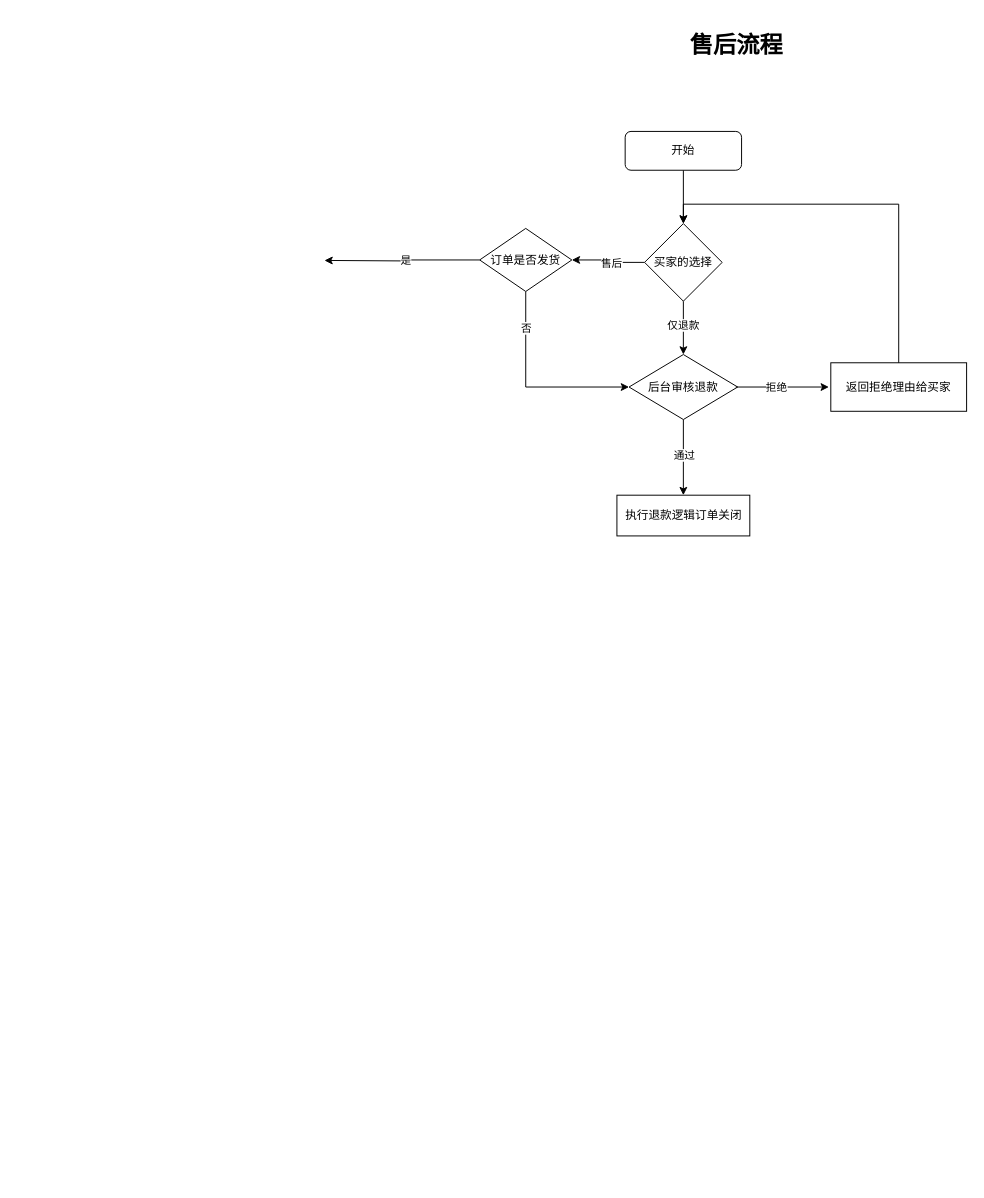
Above: public/未命名绘图.drawio in aaron-code-life/fastapi (draw.io), before the change. Source tidied: cells renumbered, new cells numbered last; positions are measured from the earlier drawing's top-left corner, leaving out a move shared by most shapes. Both pictures are drawn from the tidied source at 97%, with x=0, y=0 at pixel (324, 26).
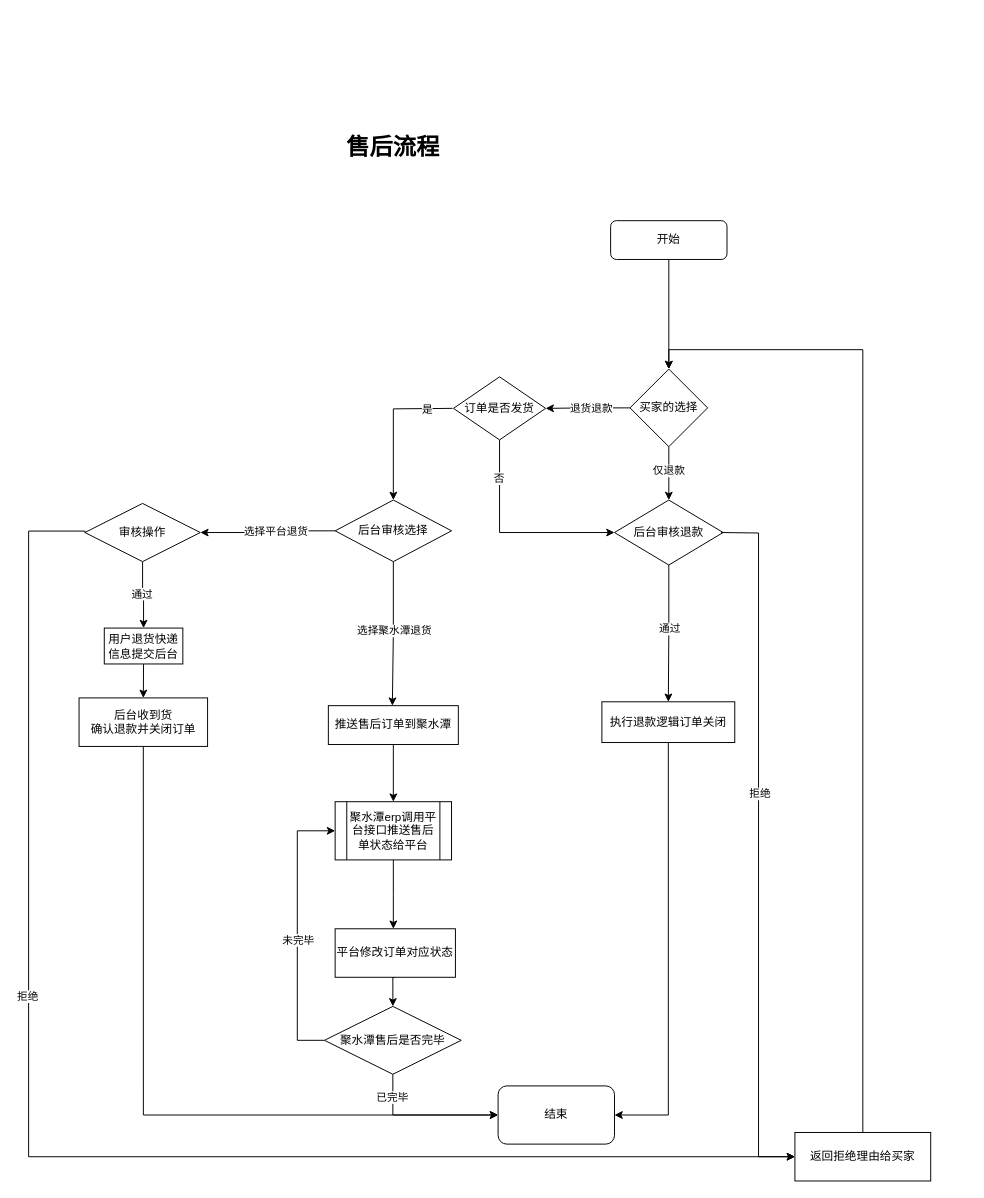
The same diagram, later.

Commit message:
影响力售后流程.drawio

Unchanged cells that the change refers to:
```xml
<mxCell id="12" style="edgeStyle=orthogonalEdgeStyle;rounded=0;jettySize=auto;html=1;exitX=0.5;exitY=1;exitDx=0;exitDy=0;entryX=0;entryY=0.5;entryDx=0;entryDy=0;" parent="1" edge="1" source="14" target="7">
  <mxGeometry relative="1" as="geometry" />
</mxCell>
```

The edit, as a diff of the source:
```diff
@@
     <mxCell id="3" value="开始" style="rounded=1;whiteSpace=wrap;html=1;fontSize=12;glass=0;strokeWidth=1;shadow=0;" parent="1" vertex="1">
-      <mxGeometry x="310" y="108" width="120" height="40" as="geometry" />
+      <mxGeometry x="295" y="200" width="120" height="40" as="geometry" />
     </mxCell>
     <mxCell id="4" value="&lt;h1&gt;售后流程&lt;/h1&gt;" style="text;html=1;strokeColor=none;fillColor=none;spacing=5;spacingTop=-20;whiteSpace=wrap;overflow=hidden;rounded=0;" parent="1" vertex="1">
-      <mxGeometry x="372" width="110" height="40" as="geometry" />
+      <mxGeometry x="18" y="105" width="110" height="40" as="geometry" />
     </mxCell>
@@
     <mxCell id="7" value="后台审核退款" style="rhombus;whiteSpace=wrap;html=1;" parent="1" vertex="1">
-      <mxGeometry x="314" y="338" width="112" height="67" as="geometry" />
+      <mxGeometry x="299" y="488" width="112" height="67" as="geometry" />
     </mxCell>
-    <mxCell id="8" style="edgeStyle=orthogonalEdgeStyle;rounded=0;orthogonalLoop=1;jettySize=auto;html=1;exitX=1;exitY=0.5;exitDx=0;exitDy=0;entryX=0;entryY=0.5;entryDx=0;entryDy=0;" parent="1" edge="1">
+    <mxCell id="8" style="edgeStyle=orthogonalEdgeStyle;rounded=0;jettySize=auto;html=1;exitX=1;exitY=0.5;exitDx=0;exitDy=0;entryX=0;entryY=0.5;entryDx=0;entryDy=0;" parent="1" edge="1" target="15">
       <mxGeometry relative="1" as="geometry">
-        <mxPoint x="424" y="371.5" as="sourcePoint" />
-        <mxPoint x="520" y="371.5" as="targetPoint" />
+        <mxPoint x="409" y="521.5" as="sourcePoint" />
       </mxGeometry>
     </mxCell>
@@
-    <mxCell id="10" style="edgeStyle=orthogonalEdgeStyle;rounded=0;jettySize=auto;html=1;exitX=0;exitY=0.5;exitDx=0;exitDy=0;" parent="1" edge="1" source="14">
+    <mxCell id="10" style="edgeStyle=orthogonalEdgeStyle;rounded=0;jettySize=auto;html=1;exitX=0;exitY=0.5;exitDx=0;exitDy=0;entryX=0.5;entryY=0;entryDx=0;entryDy=0;" parent="1" edge="1" target="29">
       <mxGeometry relative="1" as="geometry">
-        <mxPoint y="241" as="targetPoint" />
+        <mxPoint x="132" y="393.5" as="sourcePoint" />
       </mxGeometry>
     </mxCell>
     <mxCell id="11" value="是" style="edgeLabel;html=1;align=center;verticalAlign=middle;" parent="10" vertex="1">
-      <mxGeometry x="-0.04" relative="1" as="geometry" />
+      <mxGeometry x="-0.04" relative="1" as="geometry">
+        <mxPoint x="34" y="-12" as="offset" />
+      </mxGeometry>
     </mxCell>
@@
     <mxCell id="13" value="否" style="edgeLabel;html=1;align=center;verticalAlign=middle;" parent="12" vertex="1">
-      <mxGeometry x="-0.64" relative="1" as="geometry" />
+      <mxGeometry x="-0.64" relative="1" as="geometry">
+        <mxPoint x="-1" as="offset" />
+      </mxGeometry>
     </mxCell>
     <mxCell id="14" value="订单是否发货" style="rhombus;whiteSpace=wrap;html=1;" parent="1" vertex="1">
-      <mxGeometry x="160" y="208" width="95" height="65" as="geometry" />
+      <mxGeometry x="133" y="361" width="95" height="65" as="geometry" />
     </mxCell>
     <mxCell id="15" value="返回拒绝理由给买家" style="rounded=0;whiteSpace=wrap;html=1;" parent="1" vertex="1">
-      <mxGeometry x="522" y="346.5" width="140" height="50" as="geometry" />
+      <mxGeometry x="485" y="1140" width="140" height="50" as="geometry" />
     </mxCell>
+    <mxCell id="23" style="edgeStyle=orthogonalEdgeStyle;rounded=0;jettySize=auto;html=1;exitX=0.5;exitY=1;exitDx=0;exitDy=0;entryX=1;entryY=0.5;entryDx=0;entryDy=0;" parent="1" edge="1" source="16" target="36">
+      <mxGeometry relative="1" as="geometry" />
+    </mxCell>
     <mxCell id="16" value="执行退款逻辑订单关闭" style="rounded=0;whiteSpace=wrap;html=1;" parent="1" vertex="1">
-      <mxGeometry x="301.5" y="483" width="137" height="42" as="geometry" />
+      <mxGeometry x="286" y="696" width="137" height="42" as="geometry" />
     </mxCell>
-    <mxCell id="17" style="edgeStyle=orthogonalEdgeStyle;rounded=0;jettySize=auto;html=1;exitX=0;exitY=0.5;exitDx=0;exitDy=0;entryX=1;entryY=0.5;entryDx=0;entryDy=0;" parent="1" edge="1" source="21" target="14">
-      <mxGeometry relative="1" as="geometry" />
-    </mxCell>
-    <mxCell id="18" value="售后" style="edgeLabel;html=1;align=center;verticalAlign=middle;" parent="17" vertex="1">
-      <mxGeometry x="-0.09" relative="1" as="geometry" />
-    </mxCell>
@@
+    <mxCell id="17" style="edgeStyle=orthogonalEdgeStyle;rounded=0;jettySize=auto;html=1;exitX=0;exitY=0.5;exitDx=0;exitDy=0;entryX=1;entryY=0.5;entryDx=0;entryDy=0;" parent="1" edge="1" source="21" target="14">
+      <mxGeometry relative="1" as="geometry" />
+    </mxCell>
+    <mxCell id="24" value="退货退款" style="edgeLabel;html=1;align=center;verticalAlign=middle;" parent="17" vertex="1">
+      <mxGeometry x="-0.07" y="1" relative="1" as="geometry">
+        <mxPoint y="-1" as="offset" />
+      </mxGeometry>
+    </mxCell>
     <mxCell id="21" value="买家的选择" style="rhombus;whiteSpace=wrap;html=1;" parent="1" vertex="1">
-      <mxGeometry x="330" y="203" width="80" height="80" as="geometry" />
+      <mxGeometry x="315" y="353" width="80" height="80" as="geometry" />
     </mxCell>
@@
+    <mxCell id="25" style="edgeStyle=orthogonalEdgeStyle;rounded=0;jettySize=auto;html=1;exitX=0.5;exitY=1;exitDx=0;exitDy=0;entryX=0.5;entryY=0;entryDx=0;entryDy=0;" parent="1" edge="1" source="29">
+      <mxGeometry relative="1" as="geometry">
+        <mxPoint x="70" y="700" as="targetPoint" />
+      </mxGeometry>
+    </mxCell>
+    <mxCell id="26" value="选择聚水潭退货" style="edgeLabel;html=1;align=center;verticalAlign=middle;" parent="25" vertex="1">
+      <mxGeometry x="-0.05" relative="1" as="geometry" />
+    </mxCell>
+    <mxCell id="27" style="edgeStyle=orthogonalEdgeStyle;rounded=0;jettySize=auto;html=1;exitX=0;exitY=0.5;exitDx=0;exitDy=0;entryX=1;entryY=0.5;entryDx=0;entryDy=0;" parent="1" edge="1" source="29" target="41">
+      <mxGeometry relative="1" as="geometry" />
+    </mxCell>
+    <mxCell id="28" value="选择平台退货" style="edgeLabel;html=1;align=center;verticalAlign=middle;" parent="27" vertex="1">
+      <mxGeometry x="-0.04" y="-3" relative="1" as="geometry">
+        <mxPoint x="7" y="4" as="offset" />
+      </mxGeometry>
+    </mxCell>
+    <mxCell id="29" value="后台审核选择" style="rhombus;whiteSpace=wrap;html=1;" parent="1" vertex="1">
+      <mxGeometry x="11" y="488" width="120" height="63.5" as="geometry" />
+    </mxCell>
+    <mxCell id="30" style="edgeStyle=orthogonalEdgeStyle;rounded=0;jettySize=auto;html=1;exitX=0.5;exitY=1;exitDx=0;exitDy=0;entryX=0.5;entryY=0;entryDx=0;entryDy=0;" parent="1" edge="1" source="31" target="33">
+      <mxGeometry relative="1" as="geometry" />
+    </mxCell>
+    <mxCell id="31" value="推送售后订单到聚水潭" style="rounded=0;whiteSpace=wrap;html=1;" parent="1" vertex="1">
+      <mxGeometry x="4" y="700" width="134" height="40" as="geometry" />
+    </mxCell>
+    <mxCell id="32" style="edgeStyle=orthogonalEdgeStyle;rounded=0;jettySize=auto;html=1;exitX=0.5;exitY=1;exitDx=0;exitDy=0;" parent="1" edge="1" source="33">
+      <mxGeometry relative="1" as="geometry">
+        <mxPoint x="71" y="930" as="targetPoint" />
+      </mxGeometry>
+    </mxCell>
+    <mxCell id="33" value="聚水潭erp调用平台接口推送售后单状态给平台" style="shape=process;whiteSpace=wrap;html=1;backgroundOutline=1;" parent="1" vertex="1">
+      <mxGeometry x="11" y="799" width="120" height="60" as="geometry" />
+    </mxCell>
+    <mxCell id="34" style="edgeStyle=orthogonalEdgeStyle;rounded=0;jettySize=auto;html=1;exitX=0.5;exitY=1;exitDx=0;exitDy=0;entryX=0.5;entryY=0;entryDx=0;entryDy=0;" parent="1" edge="1" source="35" target="50">
+      <mxGeometry relative="1" as="geometry" />
+    </mxCell>
+    <mxCell id="35" value="平台修改订单对应状态" style="rounded=0;whiteSpace=wrap;html=1;" parent="1" vertex="1">
+      <mxGeometry x="11" y="930" width="124" height="50" as="geometry" />
+    </mxCell>
+    <mxCell id="36" value="结束" style="rounded=1;whiteSpace=wrap;html=1;" parent="1" vertex="1">
+      <mxGeometry x="179" y="1092" width="120" height="60" as="geometry" />
+    </mxCell>
+    <mxCell id="37" style="edgeStyle=orthogonalEdgeStyle;rounded=0;jettySize=auto;html=1;exitX=0;exitY=0.5;exitDx=0;exitDy=0;entryX=0;entryY=0.5;entryDx=0;entryDy=0;" parent="1" edge="1" source="41" target="15">
+      <mxGeometry relative="1" as="geometry">
+        <Array as="points">
+          <mxPoint x="-305" y="520" />
+          <mxPoint x="-305" y="1165" />
+        </Array>
+      </mxGeometry>
+    </mxCell>
+    <mxCell id="38" value="拒绝" style="edgeLabel;html=1;align=center;verticalAlign=middle;" parent="37" vertex="1">
+      <mxGeometry x="-0.28" y="-1" relative="1" as="geometry">
+        <mxPoint x="-1" y="1" as="offset" />
+      </mxGeometry>
+    </mxCell>
+    <mxCell id="39" style="edgeStyle=orthogonalEdgeStyle;rounded=0;jettySize=auto;html=1;exitX=0.5;exitY=1;exitDx=0;exitDy=0;entryX=0.5;entryY=0;entryDx=0;entryDy=0;" parent="1" edge="1" source="41" target="43">
+      <mxGeometry relative="1" as="geometry" />
+    </mxCell>
+    <mxCell id="40" value="通过" style="edgeLabel;html=1;align=center;verticalAlign=middle;" parent="39" vertex="1">
+      <mxGeometry x="-0.04" y="-1" relative="1" as="geometry" />
+    </mxCell>
+    <mxCell id="41" value="审核操作" style="rhombus;whiteSpace=wrap;html=1;" parent="1" vertex="1">
+      <mxGeometry x="-247" y="491.5" width="119" height="60" as="geometry" />
+    </mxCell>
+    <mxCell id="42" style="edgeStyle=orthogonalEdgeStyle;rounded=0;jettySize=auto;html=1;exitX=0.5;exitY=1;exitDx=0;exitDy=0;entryX=0.5;entryY=0;entryDx=0;entryDy=0;" parent="1" edge="1" source="43" target="45">
+      <mxGeometry relative="1" as="geometry" />
+    </mxCell>
+    <mxCell id="43" value="用户退货快递信息提交后台" style="rounded=0;whiteSpace=wrap;html=1;" parent="1" vertex="1">
+      <mxGeometry x="-227" y="620" width="81" height="37" as="geometry" />
+    </mxCell>
+    <mxCell id="44" style="edgeStyle=orthogonalEdgeStyle;rounded=0;jettySize=auto;html=1;exitX=0.5;exitY=1;exitDx=0;exitDy=0;entryX=0;entryY=0.5;entryDx=0;entryDy=0;" parent="1" edge="1" source="45" target="36">
+      <mxGeometry relative="1" as="geometry" />
+    </mxCell>
+    <mxCell id="45" value="后台收到货&lt;br&gt;确认退款并关闭订单" style="rounded=0;whiteSpace=wrap;html=1;" parent="1" vertex="1">
+      <mxGeometry x="-253" y="692" width="132.5" height="50" as="geometry" />
+    </mxCell>
+    <mxCell id="46" style="edgeStyle=orthogonalEdgeStyle;rounded=0;jettySize=auto;html=1;exitX=0;exitY=0.5;exitDx=0;exitDy=0;entryX=0;entryY=0.5;entryDx=0;entryDy=0;" parent="1" edge="1" source="50" target="33">
+      <mxGeometry relative="1" as="geometry">
+        <Array as="points">
+          <mxPoint x="-28" y="1045" />
+          <mxPoint x="-28" y="829" />
+        </Array>
+      </mxGeometry>
+    </mxCell>
+    <mxCell id="47" value="未完毕" style="edgeLabel;html=1;align=center;verticalAlign=middle;" parent="46" vertex="1">
+      <mxGeometry x="-0.07" relative="1" as="geometry" />
+    </mxCell>
+    <mxCell id="48" style="edgeStyle=orthogonalEdgeStyle;rounded=0;jettySize=auto;html=1;exitX=0.5;exitY=1;exitDx=0;exitDy=0;entryX=0;entryY=0.5;entryDx=0;entryDy=0;" parent="1" edge="1" source="50" target="36">
+      <mxGeometry relative="1" as="geometry" />
+    </mxCell>
+    <mxCell id="49" value="已完毕" style="edgeLabel;html=1;align=center;verticalAlign=middle;" parent="48" vertex="1">
+      <mxGeometry x="-0.69" y="-1" relative="1" as="geometry" />
+    </mxCell>
+    <mxCell id="50" value="聚水潭售后是否完毕" style="rhombus;whiteSpace=wrap;html=1;" parent="1" vertex="1">
+      <mxGeometry y="1010" width="141" height="70" as="geometry" />
+    </mxCell>
```
